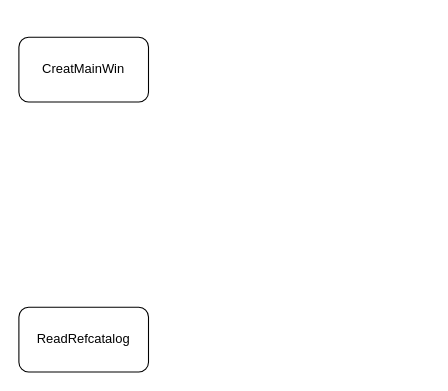
The draw.io diagram dotg.drawio in luoluo19550418/drawio, before the edit. Source tidied: cells renumbered, new cells numbered last; positions are measured from the earlier drawing's top-left corner, leaving out a move shared by most shapes. Both pictures are drawn from the tidied source at 108%, with x=0, y=0 at pixel (18, 37).
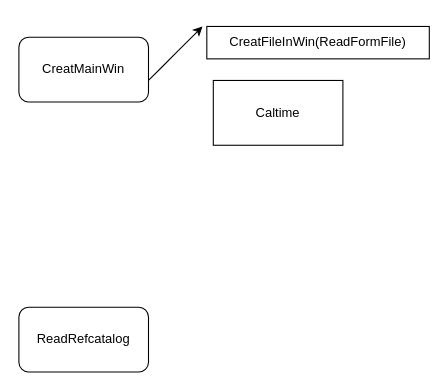
The same diagram, later.

Diff of the diagram source:
```diff
@@
 <mxGraphModel>
   <root>
     <mxCell id="0" />
     <mxCell id="1" parent="0" />
     <mxCell id="2" value="CreatMainWin" style="rounded=1;whiteSpace=wrap;html=1;" parent="1" vertex="1">
       <mxGeometry width="120" height="60" as="geometry" />
     </mxCell>
     <mxCell id="3" value="ReadRefcatalog" style="rounded=1;whiteSpace=wrap;html=1;" parent="1" vertex="1">
       <mxGeometry y="250" width="120" height="60" as="geometry" />
     </mxCell>
+    <mxCell id="4" value="CreatFileInWin(ReadFormFile)" style="rounded=0;whiteSpace=wrap;html=1;" parent="1" vertex="1">
+      <mxGeometry x="174" y="-10" width="206" height="30" as="geometry" />
+    </mxCell>
+    <mxCell id="5" style="endArrow=classic;html=1;" parent="1" edge="1">
+      <mxGeometry relative="1" as="geometry">
+        <mxPoint x="120" y="40" as="sourcePoint" />
+        <mxPoint x="170" y="-10" as="targetPoint" />
+        <Array as="points">
+          <mxPoint x="140" y="20" />
+        </Array>
+      </mxGeometry>
+    </mxCell>
+    <mxCell id="6" value="Caltime" style="rounded=0;whiteSpace=wrap;html=1;" parent="1" vertex="1">
+      <mxGeometry x="180" y="40" width="120" height="60" as="geometry" />
+    </mxCell>
   </root>
 </mxGraphModel>
```
